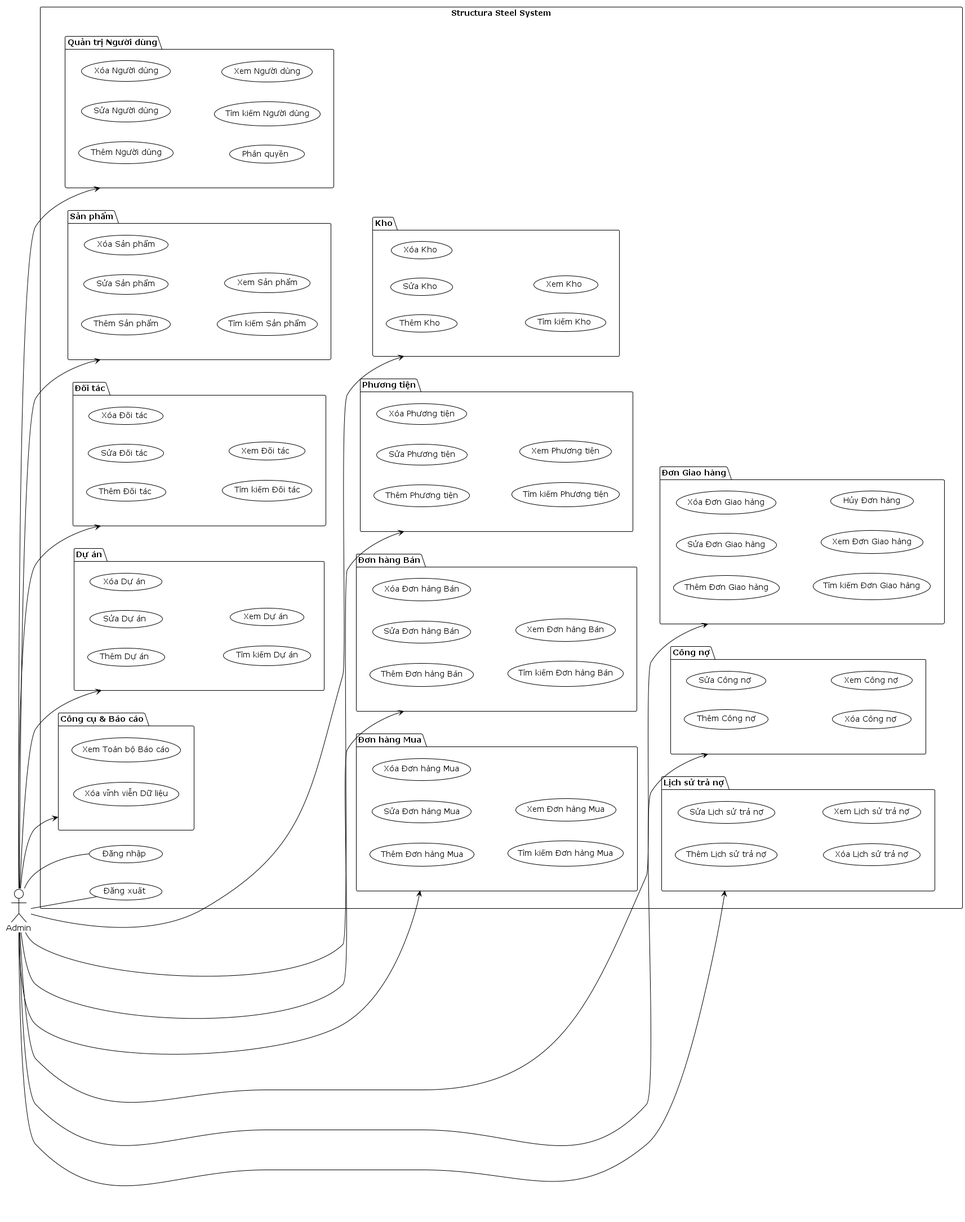
AndrewNguyen-05/structura-uml keeps this PlantUML diagram as out/Chapter 5/Usecase/Usecase_Admin/Usecase_Admin.png. Above is the earlier version.
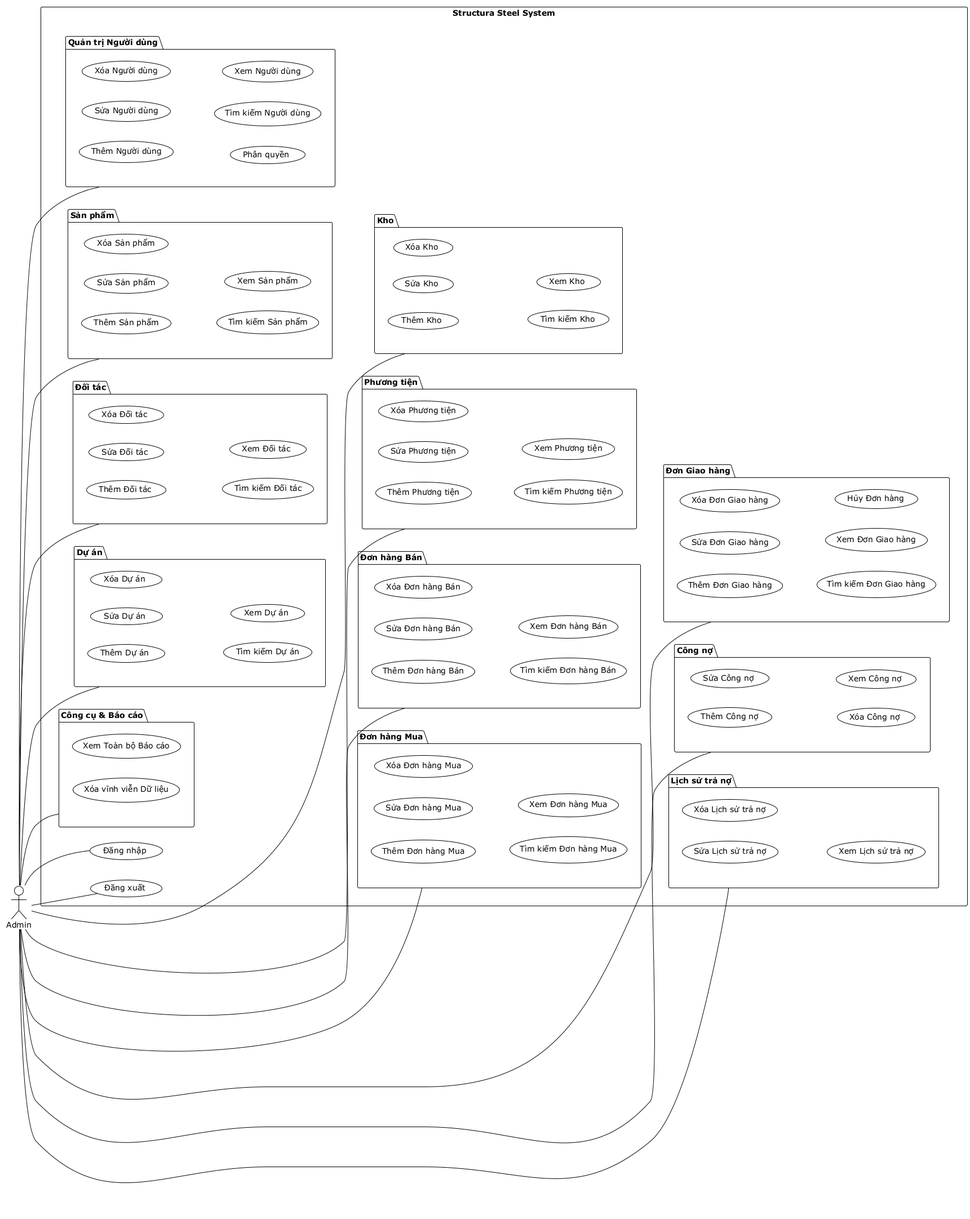
The same file after the commit.

Diff of the diagram source:
```diff
@@ -91,7 +91,6 @@
   }
 
   package "Lịch sử trả nợ" {
-    usecase "Thêm Lịch sử trả nợ" as UC_AddDebtHistory
     usecase "Sửa Lịch sử trả nợ" as UC_EditDebtHistory
     usecase "Xóa Lịch sử trả nợ" as UC_DeleteDebtHistory
     usecase "Xem Lịch sử trả nợ" as UC_ViewDebtHistory
@@ -103,18 +102,18 @@
   }
 }
 
-Admin -down-> (Quản trị Người dùng)
-Admin -down-> (Sản phẩm)
-Admin -down-> (Đối tác)
-Admin -down-> (Dự án)
-Admin -down-> (Kho)
-Admin -down-> (Phương tiện)
-Admin -down-> (Đơn hàng Bán)
-Admin -down-> (Đơn hàng Mua)
-Admin -down-> (Đơn Giao hàng)
-Admin -down-> (Công nợ)
-Admin -down-> (Lịch sử trả nợ)
-Admin -down-> (Công cụ & Báo cáo)
+Admin -- (Quản trị Người dùng)
+Admin -- (Sản phẩm)
+Admin -- (Đối tác)
+Admin -- (Dự án)
+Admin -- (Kho)
+Admin -- (Phương tiện)
+Admin -- (Đơn hàng Bán)
+Admin -- (Đơn hàng Mua)
+Admin -- (Đơn Giao hàng)
+Admin -- (Công nợ)
+Admin -- (Lịch sử trả nợ)
+Admin -- (Công cụ & Báo cáo)
 Admin -- UC_Login
 Admin -- UC_Logout
 @enduml
```
